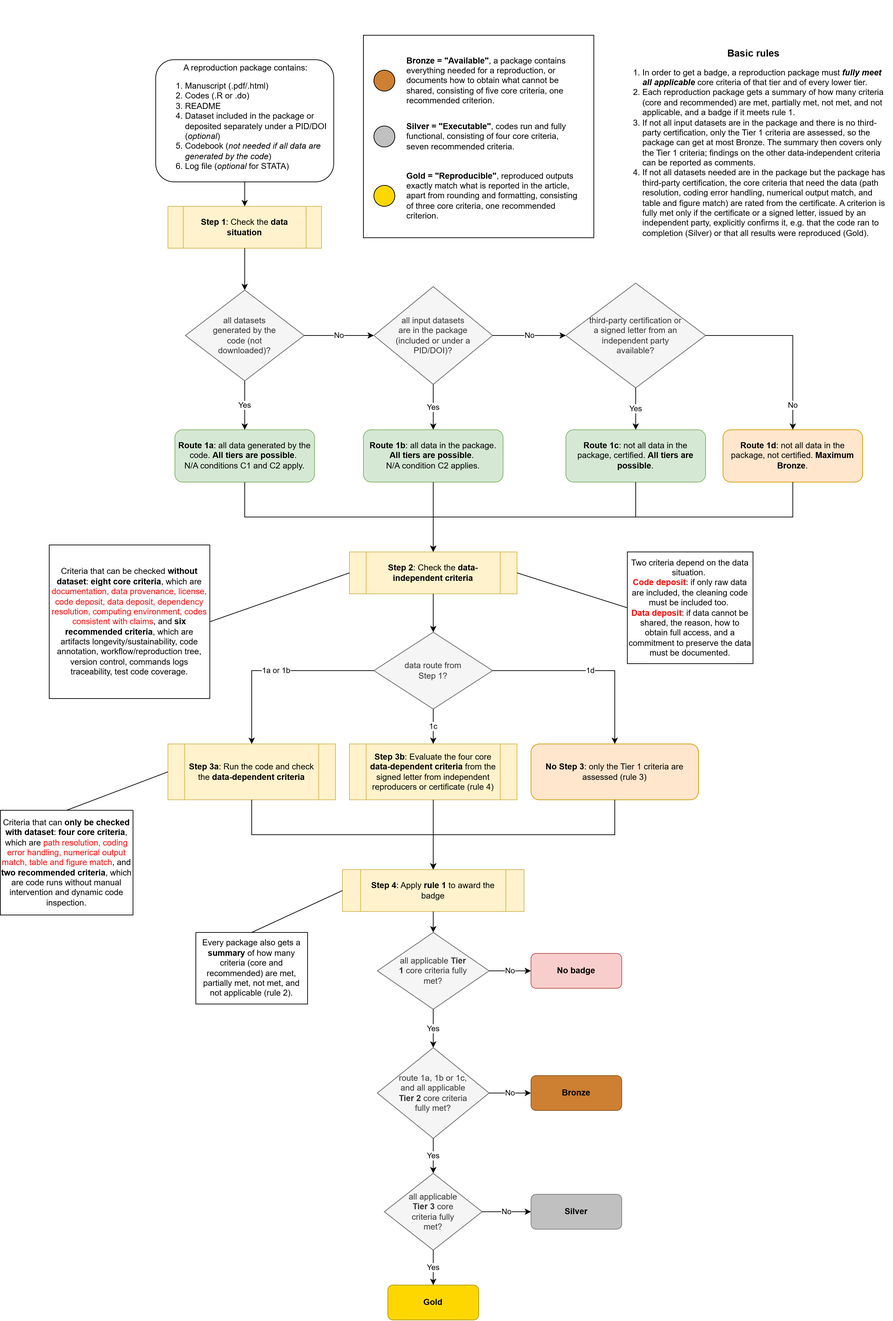
The draw.io diagram docs/source/badge_pipeline.png in rameliaz/socenrep_rep_criteria, before a commit. Source tidied: cells renumbered, new cells last; positions are measured from the earlier drawing's top-left corner, leaving out a move shared by most shapes.
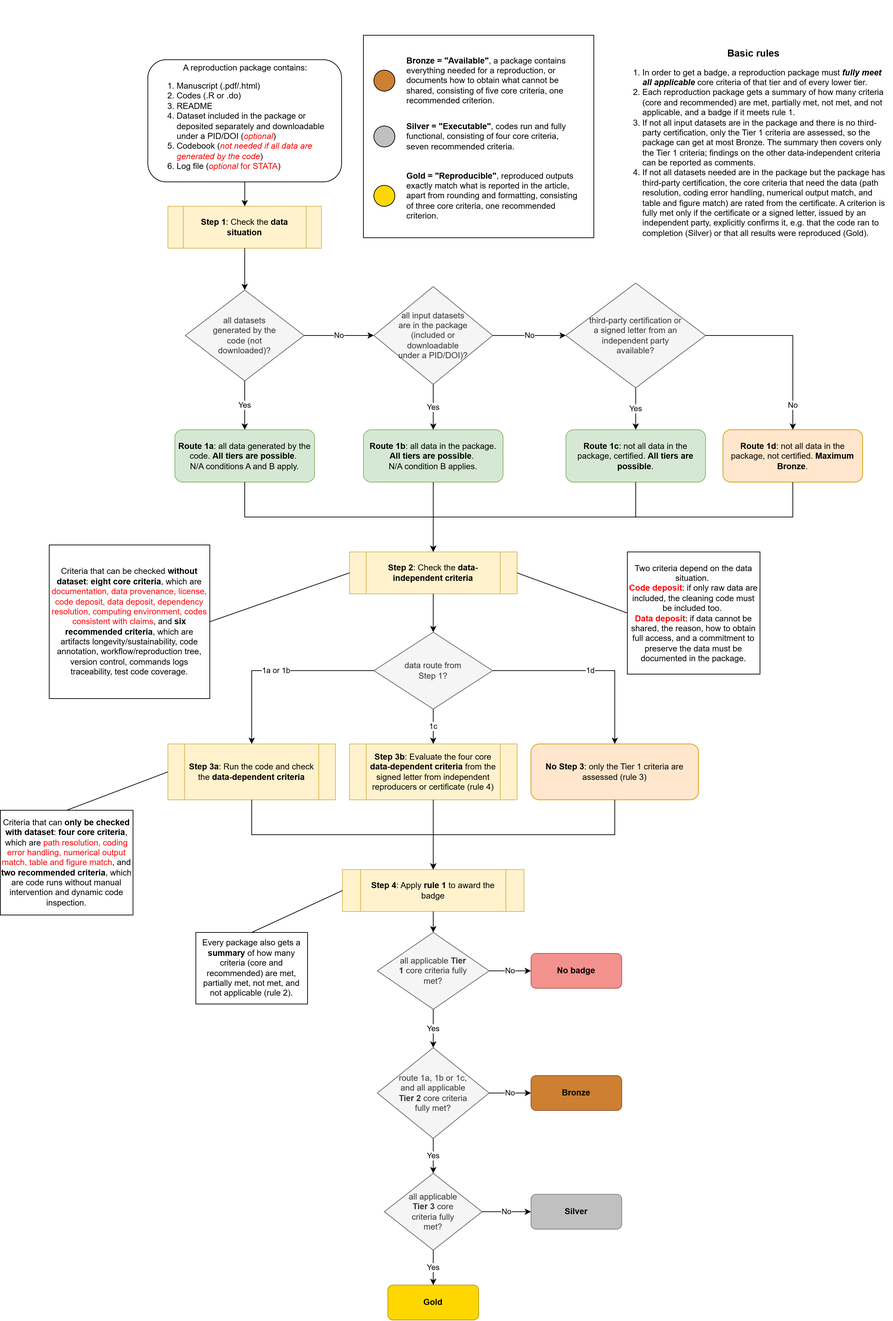
After the commit.

What changed in the source:
```diff
@@ -2,8 +2,11 @@
   <root>
     <mxCell id="0" />
     <mxCell id="1" parent="0" />
+    <mxCell id="28" style="edgeStyle=orthogonalEdgeStyle;rounded=0;jettySize=auto;html=1;fontFamily=Helvetica;fontSize=12;fontColor=default;defaultLabelBackgroundColor=page;labelPadding=0 4;" parent="1" edge="1" source="2" target="3">
+      <mxGeometry relative="1" as="geometry" />
+    </mxCell>
-    <mxCell id="2" value="&lt;div style=&quot;text-align: center;&quot;&gt;A reproduction package contains:&lt;/div&gt;&lt;div&gt;&lt;ol&gt;&lt;li&gt;Manuscript (.pdf/.html)&lt;/li&gt;&lt;li&gt;Codes (.R or .do)&lt;/li&gt;&lt;li&gt;README&lt;/li&gt;&lt;li&gt;Dataset included in the package or deposited separately under a PID/DOI (&lt;i&gt;optional&lt;/i&gt;)&lt;/li&gt;&lt;li&gt;Codebook (&lt;i&gt;not needed if all data are generated by the code&lt;/i&gt;)&lt;/li&gt;&lt;li&gt;Log file (&lt;i&gt;optional&lt;/i&gt; for STATA)&lt;/li&gt;&lt;/ol&gt;&lt;/div&gt;" style="rounded=1;whiteSpace=wrap;html=1;align=left;" parent="1" vertex="1">
-      <mxGeometry x="222.5" y="85" width="255" height="175" as="geometry" />
+    <mxCell id="2" value="&lt;div style=&quot;text-align: center;&quot;&gt;A reproduction package contains:&lt;/div&gt;&lt;div&gt;&lt;ol&gt;&lt;li&gt;Manuscript (.pdf/.html)&lt;/li&gt;&lt;li&gt;Codes (.R or .do)&lt;/li&gt;&lt;li&gt;README&lt;/li&gt;&lt;li&gt;Dataset included in the package or deposited separately and downloadable under a PID/DOI (&lt;i style=&quot;color: rgb(255, 0, 0);&quot;&gt;optional&lt;/i&gt;)&lt;/li&gt;&lt;li&gt;Codebook (&lt;i style=&quot;color: light-dark(rgb(255, 0, 0), rgb(237, 237, 237));&quot;&gt;not needed if all data are generated by the code&lt;/i&gt;)&lt;/li&gt;&lt;li&gt;Log file (&lt;span style=&quot;color: rgb(255, 0, 0);&quot;&gt;&lt;i&gt;optional&lt;/i&gt; for STATA&lt;/span&gt;)&lt;/li&gt;&lt;/ol&gt;&lt;/div&gt;" style="rounded=1;whiteSpace=wrap;html=1;align=left;" parent="1" vertex="1">
+      <mxGeometry x="211.2" y="85" width="277.5" height="175" as="geometry" />
     </mxCell>
     <mxCell id="3" value="&lt;b&gt;Step 1&lt;/b&gt;: Check the &lt;b&gt;data situation&lt;/b&gt;" style="shape=process;whiteSpace=wrap;html=1;backgroundOutline=1;fillColor=#fff2cc;strokeColor=#d6b656;" parent="1" vertex="1">
       <mxGeometry x="240" y="295" width="220" height="60" as="geometry" />
@@ -11,16 +14,16 @@
     <mxCell id="4" value="all datasets generated by the code (not downloaded)?" style="rhombus;whiteSpace=wrap;html=1;fillColor=#f5f5f5;fontColor=#333333;strokeColor=#666666;spacingLeft=30;spacingRight=30;" parent="1" vertex="1">
       <mxGeometry x="265" y="415" width="170" height="130" as="geometry" />
     </mxCell>
-    <mxCell id="5" value="all input datasets are in the package (included or under a PID/DOI)?" style="rhombus;whiteSpace=wrap;html=1;fillColor=#f5f5f5;fontColor=#333333;strokeColor=#666666;spacingLeft=30;spacingRight=30;" parent="1" vertex="1">
+    <mxCell id="5" value="all input datasets are in the package (included or downloadable under a PID/DOI)?" style="rhombus;whiteSpace=wrap;html=1;fillColor=#f5f5f5;fontColor=#333333;strokeColor=#666666;spacingLeft=30;spacingRight=30;" parent="1" vertex="1">
       <mxGeometry x="535" y="410" width="170" height="140" as="geometry" />
     </mxCell>
     <mxCell id="6" value="third-party certification or a signed letter from an independent party available?" style="rhombus;whiteSpace=wrap;html=1;fillColor=#f5f5f5;fontColor=#333333;strokeColor=#666666;spacingLeft=30;spacingRight=30;" parent="1" vertex="1">
       <mxGeometry x="810" y="405" width="200" height="150" as="geometry" />
     </mxCell>
-    <mxCell id="7" value="&lt;b&gt;Route 1a&lt;/b&gt;: all data generated by the code. &lt;b&gt;All tiers are possible&lt;/b&gt;.&amp;nbsp;&lt;div&gt;N/A conditions C1 and C2 apply.&lt;/div&gt;" style="rounded=1;whiteSpace=wrap;html=1;fillColor=#d5e8d4;strokeColor=#82b366;" parent="1" vertex="1">
+    <mxCell id="7" value="&lt;b&gt;Route 1a&lt;/b&gt;: all data generated by the code. &lt;b&gt;All tiers are possible&lt;/b&gt;.&amp;nbsp;&lt;div&gt;N/A conditions A and B apply.&lt;/div&gt;" style="rounded=1;whiteSpace=wrap;html=1;fillColor=#d5e8d4;strokeColor=#82b366;" parent="1" vertex="1">
       <mxGeometry x="250" y="615" width="200" height="75" as="geometry" />
     </mxCell>
-    <mxCell id="8" value="&lt;b&gt;Route 1b&lt;/b&gt;: all data in the package. &lt;b&gt;All tiers are possible&lt;/b&gt;.&amp;nbsp;&lt;div&gt;N/A condition C2 applies.&lt;/div&gt;" style="rounded=1;whiteSpace=wrap;html=1;fillColor=#d5e8d4;strokeColor=#82b366;" parent="1" vertex="1">
+    <mxCell id="8" value="&lt;b&gt;Route 1b&lt;/b&gt;: all data in the package. &lt;b&gt;All tiers are possible&lt;/b&gt;.&amp;nbsp;&lt;div&gt;N/A condition B applies.&lt;/div&gt;" style="rounded=1;whiteSpace=wrap;html=1;fillColor=#d5e8d4;strokeColor=#82b366;" parent="1" vertex="1">
       <mxGeometry x="520" y="615" width="200" height="75" as="geometry" />
     </mxCell>
     <mxCell id="9" value="&lt;b&gt;Route 1c&lt;/b&gt;: not all data in the package, certified. &lt;b&gt;All tiers are possible&lt;/b&gt;." style="rounded=1;whiteSpace=wrap;html=1;fillColor=#d5e8d4;strokeColor=#82b366;" parent="1" vertex="1">
@@ -35,8 +38,8 @@
     <mxCell id="12" value="Criteria that can be checked &lt;b&gt;without dataset&lt;/b&gt;: &lt;b&gt;eight core criteria&lt;/b&gt;, which are &lt;span style=&quot;color: rgb(255, 0, 0);&quot;&gt;documentation, data provenance, license, code deposit, data deposit, dependency resolution, computing environment, codes consistent with claims&lt;/span&gt;, and &lt;b&gt;six recommended criteria&lt;/b&gt;, which are artifacts longevity/sustainability, code annotation, workflow/reproduction tree, version control, commands logs traceability, test code coverage." style="whiteSpace=wrap;html=1;" parent="1" vertex="1">
       <mxGeometry x="70" y="780" width="230" height="220" as="geometry" />
     </mxCell>
-    <mxCell id="13" value="Two criteria depend on the data situation.&amp;nbsp;&lt;div&gt;&lt;b style=&quot;color: light-dark(rgb(255, 0, 0), rgb(237, 237, 237));&quot;&gt;Code deposit&lt;/b&gt;: if only raw data are included, the cleaning code must be included too.&amp;nbsp;&lt;/div&gt;&lt;div&gt;&lt;b style=&quot;color: light-dark(rgb(255, 0, 0), rgb(237, 237, 237));&quot;&gt;Data deposit&lt;/b&gt;: if data cannot be shared, the reason, how to obtain full access, and a commitment to preserve the data must be documented.&lt;/div&gt;" style="whiteSpace=wrap;html=1;" parent="1" vertex="1">
-      <mxGeometry x="898" y="790" width="180" height="160" as="geometry" />
+    <mxCell id="13" value="Two criteria depend on the data situation.&amp;nbsp;&lt;div&gt;&lt;b style=&quot;color: light-dark(rgb(255, 0, 0), rgb(237, 237, 237));&quot;&gt;Code deposit&lt;/b&gt;: if only raw data are included, the cleaning code must be included too.&amp;nbsp;&lt;/div&gt;&lt;div&gt;&lt;b style=&quot;color: light-dark(rgb(255, 0, 0), rgb(237, 237, 237));&quot;&gt;Data deposit&lt;/b&gt;: if data cannot be shared, the reason, how to obtain full access, and a commitment to preserve the data must be documented in the package.&lt;/div&gt;" style="whiteSpace=wrap;html=1;" parent="1" vertex="1">
+      <mxGeometry x="898" y="790" width="190" height="175" as="geometry" />
     </mxCell>
     <mxCell id="14" value="data route from Step 1?" style="rhombus;whiteSpace=wrap;html=1;fillColor=#f5f5f5;fontColor=#333333;strokeColor=#666666;spacingLeft=30;spacingRight=30;" parent="1" vertex="1">
       <mxGeometry x="535" y="905" width="170" height="110" as="geometry" />
@@ -68,7 +71,7 @@
     <mxCell id="23" value="all applicable &lt;b&gt;Tier 3&lt;/b&gt; core criteria fully met?" style="rhombus;whiteSpace=wrap;html=1;fillColor=#f5f5f5;fontColor=#333333;strokeColor=#666666;spacingLeft=30;spacingRight=30;" parent="1" vertex="1">
       <mxGeometry x="550" y="1680" width="140" height="110" as="geometry" />
     </mxCell>
-    <mxCell id="24" value="No badge" style="rounded=1;whiteSpace=wrap;html=1;fillColor=#f8cecc;strokeColor=#b85450;fontStyle=1;" parent="1" vertex="1">
+    <mxCell id="24" value="No badge" style="rounded=1;whiteSpace=wrap;html=1;fillColor=light-dark(#f3918c, #512d2b);strokeColor=#b85450;fontStyle=1;" parent="1" vertex="1">
       <mxGeometry x="760" y="1365" width="130" height="50" as="geometry" />
     </mxCell>
     <mxCell id="25" value="Bronze" style="rounded=1;whiteSpace=wrap;html=1;fontStyle=1;fontColor=#000000;fillColor=#cd7f32;strokeColor=#8c5523;" parent="1" vertex="1">
@@ -80,9 +83,6 @@
     <mxCell id="27" value="Gold" style="rounded=1;whiteSpace=wrap;html=1;fontStyle=1;fontColor=#000000;fillColor=#ffd700;strokeColor=#b39500;" parent="1" vertex="1">
       <mxGeometry x="555" y="1840" width="130" height="50" as="geometry" />
     </mxCell>
-    <mxCell id="28" style="edgeStyle=orthogonalEdgeStyle;rounded=0;jettySize=auto;html=1;labelBackgroundColor=#ffffff;exitX=0.5;exitY=1;exitDx=0;exitDy=0;entryX=0.5;entryY=0;entryDx=0;entryDy=0;" parent="1" edge="1" source="2" target="3">
-      <mxGeometry relative="1" as="geometry" />
-    </mxCell>
     <mxCell id="29" style="edgeStyle=orthogonalEdgeStyle;rounded=0;jettySize=auto;html=1;labelBackgroundColor=#ffffff;exitX=0.5;exitY=1;exitDx=0;exitDy=0;entryX=0.5;entryY=0;entryDx=0;entryDy=0;" parent="1" edge="1" source="3" target="4">
       <mxGeometry relative="1" as="geometry" />
     </mxCell>
```
